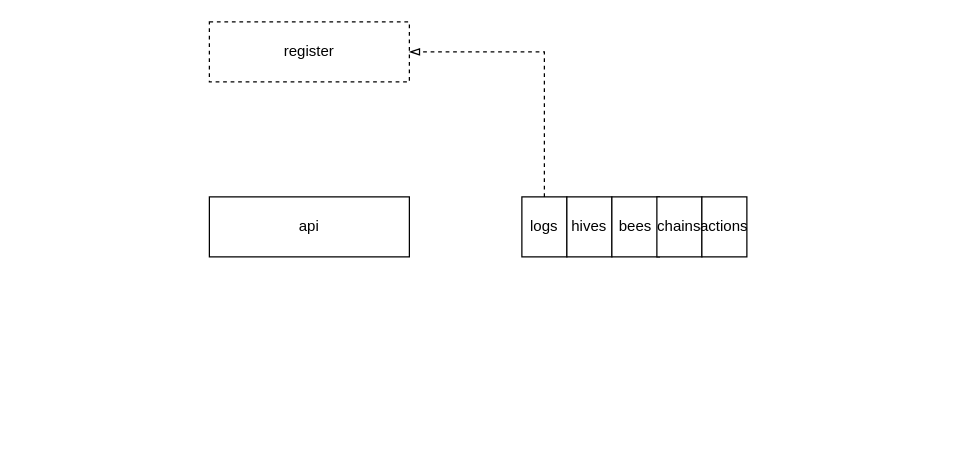
Above: beehive-api.drawio in abserari/draw.io (draw.io), before the change. Source tidied: cells renumbered, new cells numbered last; positions are measured from the earlier drawing's top-left corner, leaving out a move shared by most shapes. Both pictures are drawn from the tidied source at 125%, with x=0, y=0 at pixel (209, 21).
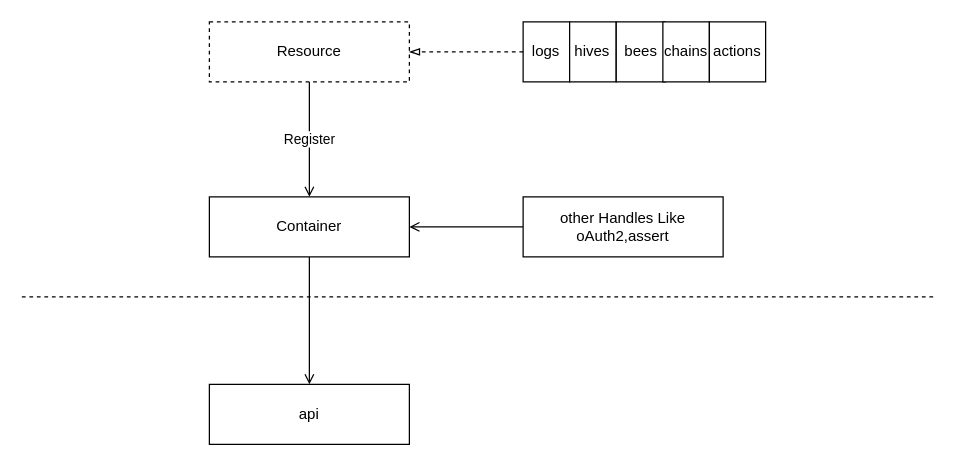
The same diagram, later.

Change to the diagram source:
```diff
@@
 <mxGraphModel>
   <root>
     <mxCell id="0" />
     <mxCell id="1" parent="0" />
+    <mxCell id="11" value="Register" style="edgeStyle=orthogonalEdgeStyle;rounded=0;jettySize=auto;html=1;exitX=0.5;exitY=1;exitDx=0;exitDy=0;endArrow=open;endFill=0;" parent="1" edge="1" source="3" target="2">
+      <mxGeometry relative="1" as="geometry" />
+    </mxCell>
+    <mxCell id="12" style="edgeStyle=orthogonalEdgeStyle;rounded=0;jettySize=auto;html=1;exitX=0.5;exitY=1;exitDx=0;exitDy=0;endArrow=open;endFill=0;entryX=0.5;entryY=0;entryDx=0;entryDy=0;" parent="1" edge="1" source="2" target="16">
+      <mxGeometry relative="1" as="geometry" />
+    </mxCell>
-    <mxCell id="2" value="api" style="rounded=0;whiteSpace=wrap;html=1;strokeColor=#000000;" parent="1" vertex="1">
+    <mxCell id="2" value="Container" style="rounded=0;whiteSpace=wrap;html=1;strokeColor=#000000;" parent="1" vertex="1">
       <mxGeometry y="140" width="160" height="48" as="geometry" />
     </mxCell>
-    <mxCell id="3" value="register" style="rounded=0;whiteSpace=wrap;html=1;dashed=1;" parent="1" vertex="1">
+    <mxCell id="3" value="Resource" style="rounded=0;whiteSpace=wrap;html=1;dashed=1;" parent="1" vertex="1">
       <mxGeometry width="160" height="48" as="geometry" />
     </mxCell>
     <mxCell id="4" style="group;" parent="1" vertex="1">
-      <mxGeometry x="250" y="140" width="144" height="48" as="geometry" />
+      <mxGeometry x="251" width="149" height="48" as="geometry" />
     </mxCell>
     <mxCell id="5" value="logs" style="rounded=0;whiteSpace=wrap;html=1;" parent="4" vertex="1">
-      <mxGeometry width="36" height="48" as="geometry" />
+      <mxGeometry width="37.2" height="48" as="geometry" />
     </mxCell>
     <mxCell id="6" value="hives" style="rounded=0;whiteSpace=wrap;html=1;" parent="4" vertex="1">
-      <mxGeometry x="36" width="36" height="48" as="geometry" />
+      <mxGeometry x="37.2" width="37.2" height="48" as="geometry" />
     </mxCell>
     <mxCell id="7" value="bees" style="rounded=0;whiteSpace=wrap;html=1;" parent="4" vertex="1">
-      <mxGeometry x="72" width="38" height="48" as="geometry" />
+      <mxGeometry x="74.5" width="39.3" height="48" as="geometry" />
     </mxCell>
     <mxCell id="8" value="chains" style="rounded=0;whiteSpace=wrap;html=1;" parent="4" vertex="1">
-      <mxGeometry x="108" width="36" height="48" as="geometry" />
+      <mxGeometry x="111.8" width="37.2" height="48" as="geometry" />
     </mxCell>
     <mxCell id="9" value="actions" style="rounded=0;whiteSpace=wrap;html=1;" parent="1" vertex="1">
-      <mxGeometry x="394" y="140" width="36" height="48" as="geometry" />
+      <mxGeometry x="400" width="45" height="48" as="geometry" />
     </mxCell>
-    <mxCell id="10" style="edgeStyle=orthogonalEdgeStyle;rounded=0;jettySize=auto;html=1;exitX=0.5;exitY=0;exitDx=0;exitDy=0;entryX=1;entryY=0.5;entryDx=0;entryDy=0;dashed=1;endArrow=blockThin;endFill=0;" parent="1" edge="1" source="5" target="3">
+    <mxCell id="10" style="edgeStyle=orthogonalEdgeStyle;rounded=0;jettySize=auto;html=1;exitX=0;exitY=0.5;exitDx=0;exitDy=0;entryX=1;entryY=0.5;entryDx=0;entryDy=0;dashed=1;endArrow=blockThin;endFill=0;" parent="1" edge="1" source="5" target="3">
       <mxGeometry relative="1" as="geometry" />
     </mxCell>
+    <mxCell id="13" style="edgeStyle=orthogonalEdgeStyle;rounded=0;jettySize=auto;html=1;exitX=0;exitY=0.5;exitDx=0;exitDy=0;entryX=1;entryY=0.5;entryDx=0;entryDy=0;endArrow=open;endFill=0;" parent="1" edge="1" source="14" target="2">
+      <mxGeometry relative="1" as="geometry" />
+    </mxCell>
+    <mxCell id="14" value="other Handles Like oAuth2,assert" style="rounded=0;whiteSpace=wrap;html=1;strokeColor=#000000;" parent="1" vertex="1">
+      <mxGeometry x="251" y="140" width="160" height="48" as="geometry" />
+    </mxCell>
+    <mxCell id="15" style="endArrow=none;dashed=1;html=1;" parent="1" edge="1">
+      <mxGeometry relative="1" as="geometry">
+        <mxPoint x="-150" y="220" as="sourcePoint" />
+        <mxPoint x="580" y="220" as="targetPoint" />
+      </mxGeometry>
+    </mxCell>
+    <mxCell id="16" value="api" style="rounded=0;whiteSpace=wrap;html=1;strokeColor=#000000;" parent="1" vertex="1">
+      <mxGeometry y="290" width="160" height="48" as="geometry" />
+    </mxCell>
   </root>
 </mxGraphModel>
```
